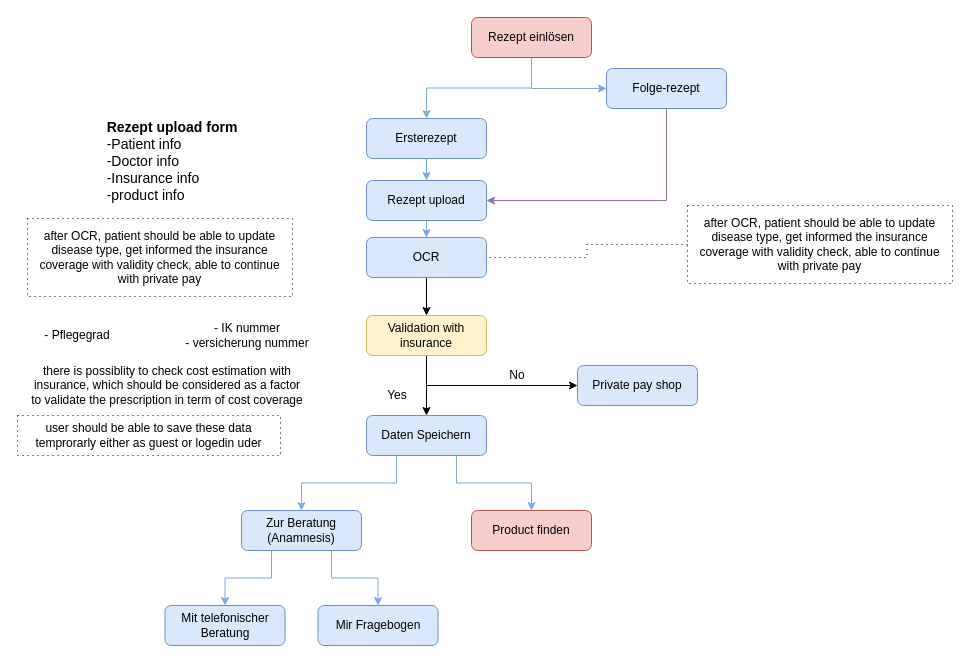
This is page "Rezept einlosen" (4 of 5) of Untitled Diagram.drawio from Fredabb/MediMark-roadmap, a draw.io file, before an edit. Source tidied: cells renumbered, new cells numbered last; positions are measured from the earlier drawing's top-left corner, leaving out a move shared by most shapes. Both pictures are drawn from the tidied source at 100%, with x=0, y=0 at pixel (17, 17).
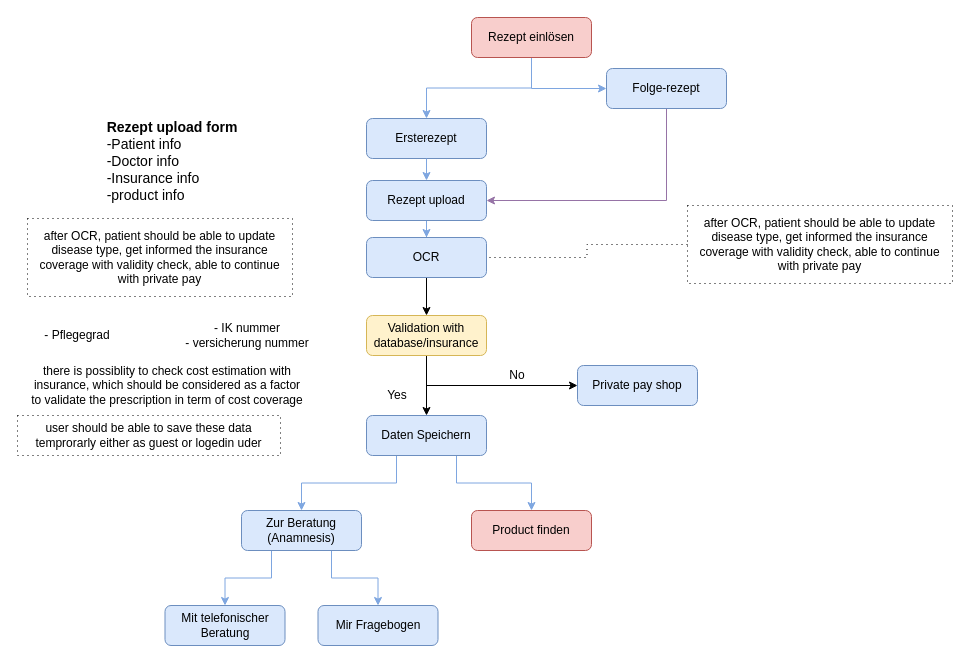
After the change.

The edit, as a diff of the source:
```diff
@@
-    <mxCell id="25" value="Validation with insurance" style="rounded=1;whiteSpace=wrap;html=1;fontSize=12;glass=0;strokeWidth=1;shadow=0;fillColor=#fff2cc;strokeColor=#d6b656;" parent="1" vertex="1">
+    <mxCell id="25" value="Validation with database/insurance" style="rounded=1;whiteSpace=wrap;html=1;fontSize=12;glass=0;strokeWidth=1;shadow=0;fillColor=#fff2cc;strokeColor=#d6b656;" parent="1" vertex="1">
       <mxGeometry x="349" y="298" width="120" height="40" as="geometry" />
     </mxCell>
```
